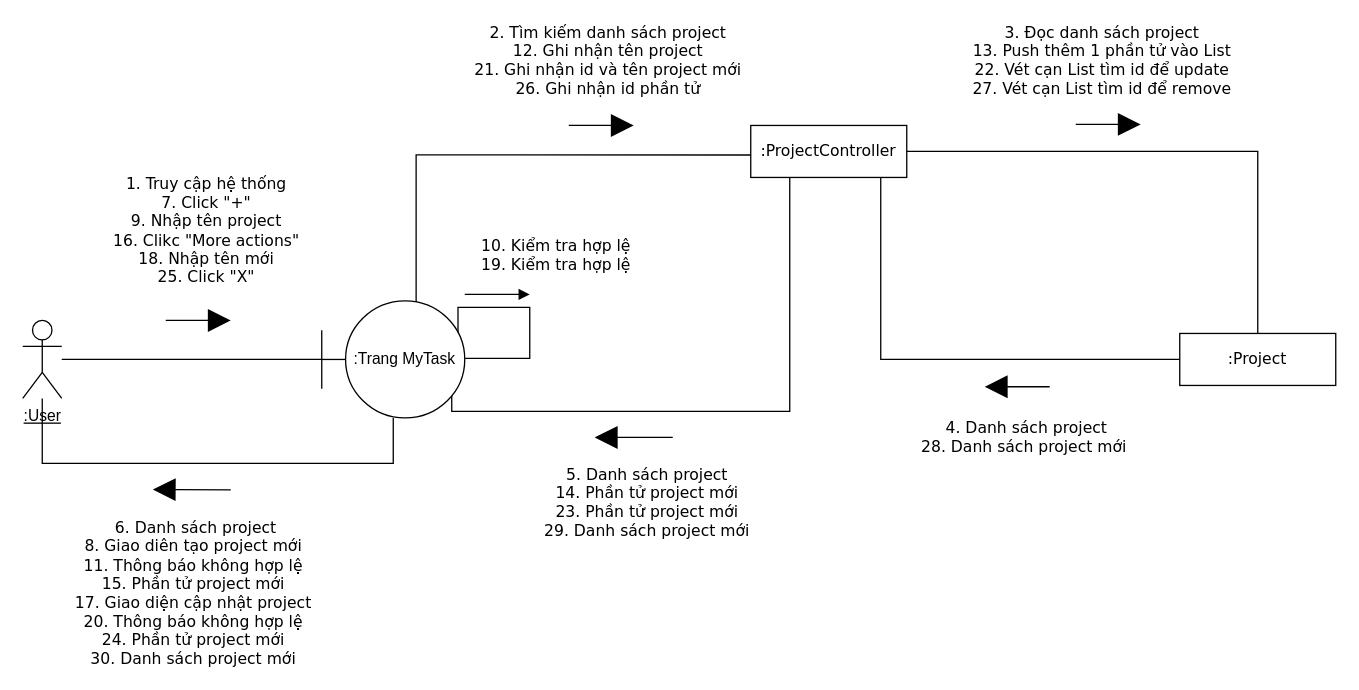
Before: ToDoApp-Doc/Document/Diagram/Collaboration Diagram/ManageProject/ManageProject.drawio in Merevoli-DatLuu/To-Do-App, a draw.io diagram. Source tidied: cells renumbered, new cells numbered last; positions are measured from the earlier drawing's top-left corner, leaving out a move shared by most shapes. Both pictures are drawn from the tidied source at 130%, with x=0, y=0 at pixel (22, 124).
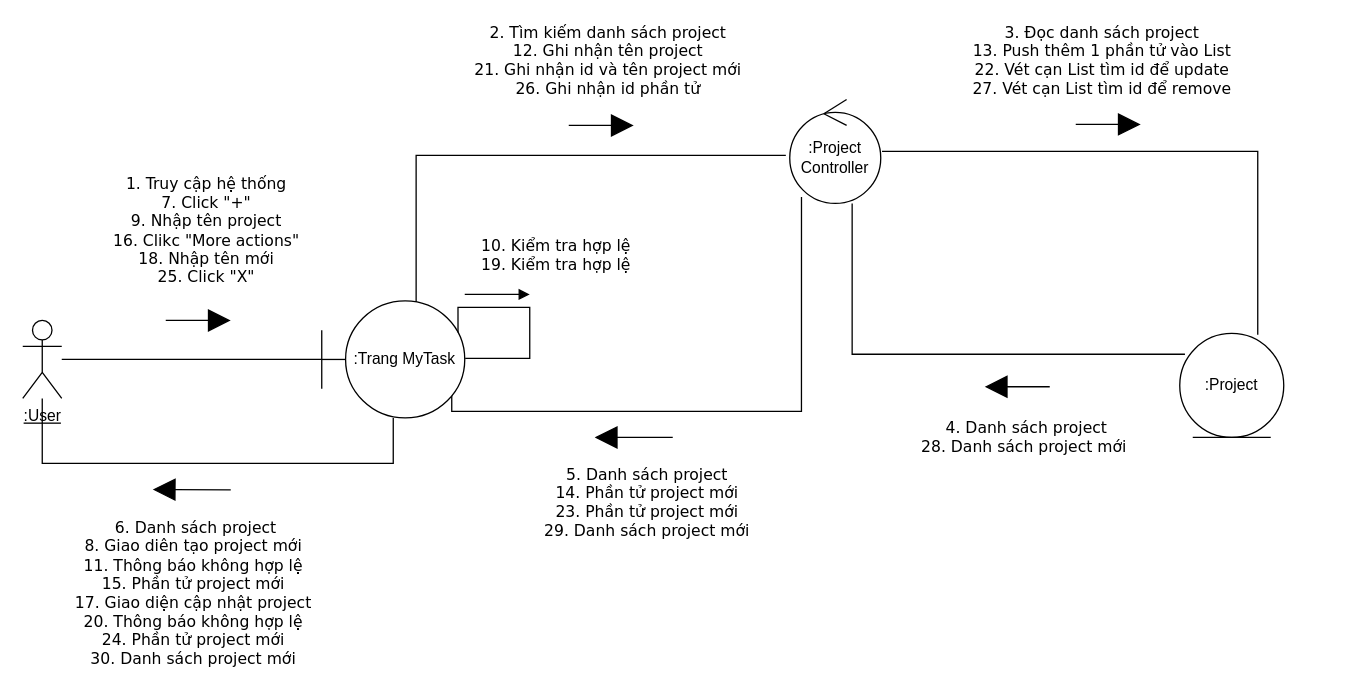
The same page after the edit.

Commit message:
[Document, Modified]: ManageProject.drawio CollaborationDiagram

The change refers to these unchanged cells:
```xml
<mxCell id="9" value="&lt;span&gt;:Trang MyTask&lt;/span&gt;" style="shape=umlBoundary;whiteSpace=wrap;html=1;fontSize=12;" parent="1" vertex="1">
  <mxGeometry x="230" y="136" width="110" height="90" as="geometry" />
</mxCell>
```

Change to the diagram source:
```diff
@@
-    <mxCell id="4" style="edgeStyle=orthogonalEdgeStyle;rounded=0;jettySize=auto;html=1;endArrow=none;endFill=0;fontSize=12;" parent="1" edge="1" source="6" target="11">
+    <mxCell id="4" style="edgeStyle=orthogonalEdgeStyle;rounded=0;jettySize=auto;html=1;endArrow=none;endFill=0;fontSize=12;entryX=0.75;entryY=0.013;entryDx=0;entryDy=0;entryPerimeter=0;exitX=1.014;exitY=0.5;exitDx=0;exitDy=0;exitPerimeter=0;" parent="1" edge="1" source="22" target="11">
       <mxGeometry relative="1" as="geometry" />
     </mxCell>
-    <mxCell id="5" style="edgeStyle=orthogonalEdgeStyle;rounded=0;jettySize=auto;html=1;entryX=0.882;entryY=0.836;entryDx=0;entryDy=0;endArrow=none;endFill=0;fontSize=12;entryPerimeter=0;" parent="1" edge="1" source="6" target="9">
+    <mxCell id="5" style="edgeStyle=orthogonalEdgeStyle;rounded=0;jettySize=auto;html=1;entryX=0.882;entryY=0.836;entryDx=0;entryDy=0;endArrow=none;endFill=0;fontSize=12;entryPerimeter=0;exitX=0.129;exitY=0.938;exitDx=0;exitDy=0;exitPerimeter=0;" parent="1" edge="1" source="22" target="9">
       <mxGeometry relative="1" as="geometry">
         <Array as="points">
-          <mxPoint x="590" y="221" />
+          <mxPoint x="599" y="221" />
           <mxPoint x="330" y="221" />
           <mxPoint x="330" y="204" />
           <mxPoint x="327" y="204" />
         </Array>
       </mxGeometry>
     </mxCell>
-    <mxCell id="6" value="&lt;span style=&quot;font-family: &amp;#34;verdana&amp;#34;&quot;&gt;:ProjectController&lt;/span&gt;" style="rounded=0;whiteSpace=wrap;html=1;fontSize=12;" parent="1" vertex="1">
-      <mxGeometry x="560" y="1" width="120" height="40" as="geometry" />
-    </mxCell>
-    <mxCell id="7" style="edgeStyle=orthogonalEdgeStyle;rounded=0;jettySize=auto;html=1;entryX=0.001;entryY=0.568;entryDx=0;entryDy=0;entryPerimeter=0;endArrow=none;endFill=0;fontSize=12;exitX=0.66;exitY=0.022;exitDx=0;exitDy=0;exitPerimeter=0;" parent="1" edge="1" source="9" target="6">
+    <mxCell id="7" style="edgeStyle=orthogonalEdgeStyle;rounded=0;jettySize=auto;html=1;entryX=-0.043;entryY=0.538;entryDx=0;entryDy=0;entryPerimeter=0;endArrow=none;endFill=0;fontSize=12;exitX=0.66;exitY=0.022;exitDx=0;exitDy=0;exitPerimeter=0;" parent="1" edge="1" source="9" target="22">
       <mxGeometry relative="1" as="geometry">
         <Array as="points">
           <mxPoint x="303" y="24" />
         </Array>
       </mxGeometry>
     </mxCell>
@@
-    <mxCell id="10" style="edgeStyle=orthogonalEdgeStyle;rounded=0;jettySize=auto;html=1;endArrow=none;endFill=0;fontSize=12;" parent="1" edge="1" source="11">
+    <mxCell id="10" style="edgeStyle=orthogonalEdgeStyle;rounded=0;jettySize=auto;html=1;endArrow=none;endFill=0;fontSize=12;exitX=0.05;exitY=0.2;exitDx=0;exitDy=0;exitPerimeter=0;" parent="1" edge="1" source="11">
       <mxGeometry relative="1" as="geometry">
-        <mxPoint x="660" y="51" as="targetPoint" />
+        <mxPoint x="638" y="61" as="targetPoint" />
         <Array as="points">
-          <mxPoint x="660" y="181" />
-          <mxPoint x="660" y="41" />
+          <mxPoint x="638" y="177" />
         </Array>
       </mxGeometry>
     </mxCell>
-    <mxCell id="11" value="&lt;span style=&quot;font-family: &amp;#34;verdana&amp;#34;&quot;&gt;:Project&lt;/span&gt;" style="rounded=0;whiteSpace=wrap;html=1;fontSize=12;" parent="1" vertex="1">
-      <mxGeometry x="890" y="161" width="120" height="40" as="geometry" />
-    </mxCell>
@@
+    <mxCell id="11" value=":Project" style="ellipse;shape=umlEntity;whiteSpace=wrap;html=1;" parent="1" vertex="1">
+      <mxGeometry x="890" y="161" width="80" height="80" as="geometry" />
+    </mxCell>
+    <mxCell id="22" value="&lt;div&gt;:Project&lt;/div&gt;&lt;div&gt;Controller&lt;br&gt;&lt;/div&gt;" style="ellipse;shape=umlControl;whiteSpace=wrap;html=1;" parent="1" vertex="1">
+      <mxGeometry x="590" y="-19" width="70" height="80" as="geometry" />
+    </mxCell>
```
